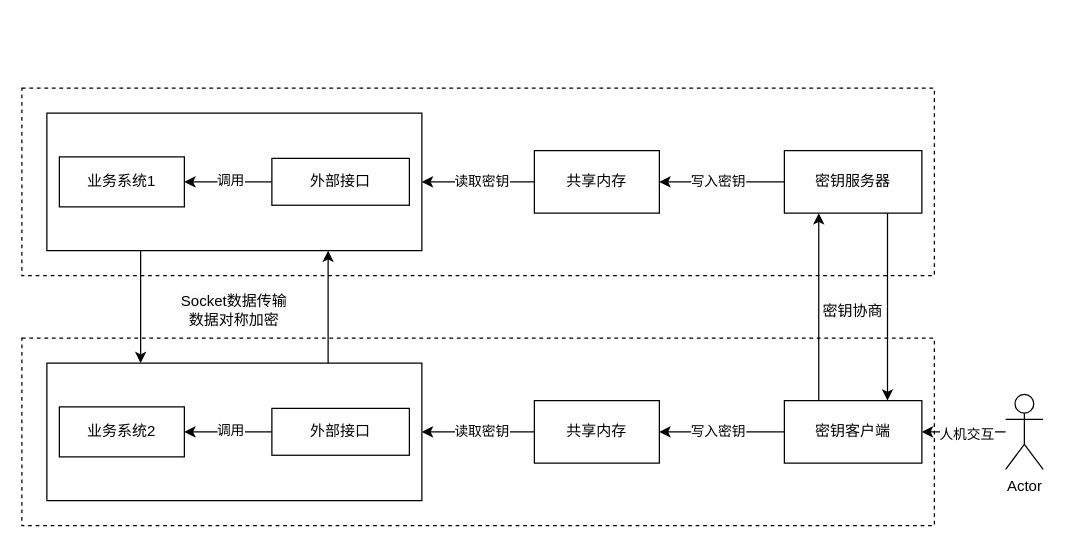
The draw.io diagram 设计架构图.drawio in 1244xx/SCU_Database, before the edit. Source tidied: cells renumbered, new cells numbered last; positions are measured from the earlier drawing's top-left corner, leaving out a move shared by most shapes. Both pictures are drawn from the tidied source at 125%, with x=0, y=0 at pixel (21, 88).
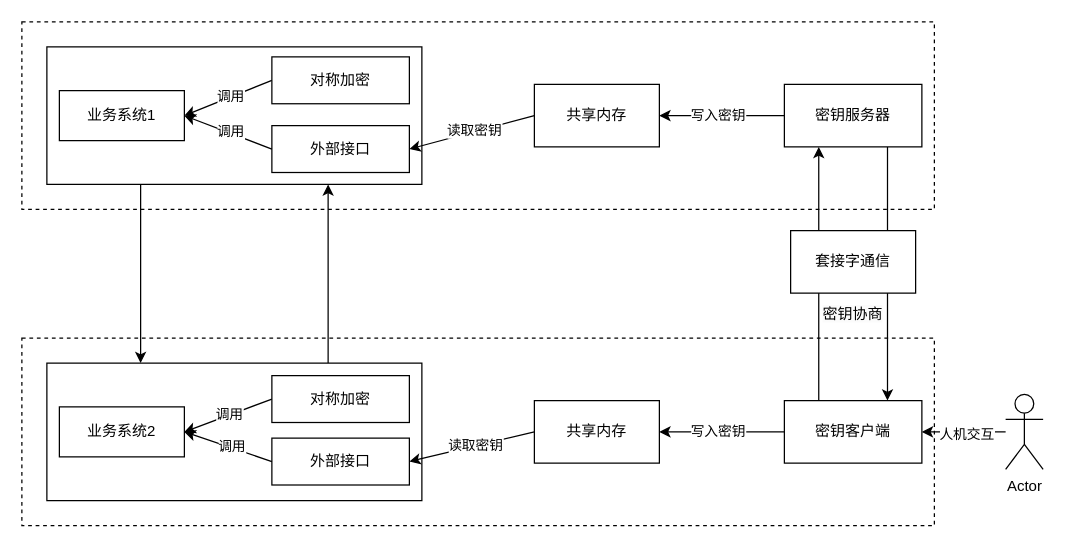
Above is the later version.

Commit message:
更新设计架构图.drawio

Unchanged cells that the change refers to:
```xml
<mxCell id="18" style="rounded=0;whiteSpace=wrap;html=1;" parent="1" vertex="1">
  <mxGeometry x="20" y="220" width="300" height="110" as="geometry" />
</mxCell>
<mxCell id="19" value="业务系统2" style="rounded=0;whiteSpace=wrap;html=1;" parent="1" vertex="1">
  <mxGeometry x="30" y="255" width="100" height="40" as="geometry" />
</mxCell>
<mxCell id="23" value="共享内存" style="rounded=0;whiteSpace=wrap;html=1;" parent="1" vertex="1">
  <mxGeometry x="410" y="250" width="100" height="50" as="geometry" />
</mxCell>
```

Diff of the diagram source:
```diff
@@
     <mxCell id="2" style="rounded=0;whiteSpace=wrap;html=1;fillColor=none;dashed=1;" parent="1" vertex="1">
-      <mxGeometry width="730" height="150" as="geometry" />
+      <mxGeometry y="-53" width="730" height="150" as="geometry" />
     </mxCell>
@@
     <mxCell id="4" style="rounded=0;whiteSpace=wrap;html=1;" parent="1" vertex="1">
-      <mxGeometry x="20" y="20" width="300" height="110" as="geometry" />
+      <mxGeometry x="20" y="-33" width="300" height="110" as="geometry" />
     </mxCell>
     <mxCell id="5" value="业务系统1" style="rounded=0;whiteSpace=wrap;html=1;" parent="1" vertex="1">
-      <mxGeometry x="30" y="55" width="100" height="40" as="geometry" />
+      <mxGeometry x="30" y="2" width="100" height="40" as="geometry" />
     </mxCell>
     <mxCell id="6" value="外部接口" style="rounded=0;whiteSpace=wrap;html=1;" parent="1" vertex="1">
-      <mxGeometry x="200" y="56.2" width="110" height="37.5" as="geometry" />
+      <mxGeometry x="200" y="30" width="110" height="37.5" as="geometry" />
     </mxCell>
@@
     <mxCell id="9" value="共享内存" style="rounded=0;whiteSpace=wrap;html=1;" parent="1" vertex="1">
-      <mxGeometry x="410" y="50" width="100" height="50" as="geometry" />
+      <mxGeometry x="410" y="-3" width="100" height="50" as="geometry" />
     </mxCell>
-    <mxCell id="10" style="endArrow=classic;html=1;rounded=0;entryX=1;entryY=0.5;entryDx=0;entryDy=0;exitX=0;exitY=0.5;exitDx=0;exitDy=0;" parent="1" edge="1" source="9" target="4">
+    <mxCell id="10" style="endArrow=classic;html=1;rounded=0;entryX=1;entryY=0.5;entryDx=0;entryDy=0;exitX=0;exitY=0.5;exitDx=0;exitDy=0;" parent="1" edge="1" source="9" target="6">
       <mxGeometry relative="1" as="geometry" />
     </mxCell>
@@
     <mxCell id="13" value="密钥服务器" style="rounded=0;whiteSpace=wrap;html=1;" parent="1" vertex="1">
-      <mxGeometry x="610" y="50" width="110" height="50" as="geometry" />
+      <mxGeometry x="610" y="-3" width="110" height="50" as="geometry" />
     </mxCell>
@@
     <mxCell id="20" value="外部接口" style="rounded=0;whiteSpace=wrap;html=1;" parent="1" vertex="1">
-      <mxGeometry x="200" y="256.2" width="110" height="37.5" as="geometry" />
+      <mxGeometry x="200" y="280" width="110" height="37.5" as="geometry" />
     </mxCell>
@@
-    <mxCell id="24" style="endArrow=classic;html=1;rounded=0;entryX=1;entryY=0.5;entryDx=0;entryDy=0;exitX=0;exitY=0.5;exitDx=0;exitDy=0;" parent="1" edge="1" source="23" target="18">
+    <mxCell id="24" style="endArrow=classic;html=1;rounded=0;entryX=1;entryY=0.5;entryDx=0;entryDy=0;exitX=0;exitY=0.5;exitDx=0;exitDy=0;" parent="1" edge="1" source="23" target="20">
       <mxGeometry relative="1" as="geometry" />
     </mxCell>
@@
     <mxCell id="30" value="&lt;span style=&quot;color: rgb(0, 0, 0); font-family: Helvetica; font-size: 12px; font-style: normal; font-variant-ligatures: normal; font-variant-caps: normal; font-weight: 400; letter-spacing: normal; orphans: 2; text-indent: 0px; text-transform: none; widows: 2; word-spacing: 0px; -webkit-text-stroke-width: 0px; white-space: normal; background-color: rgb(251, 251, 251); text-decoration-thickness: initial; text-decoration-style: initial; text-decoration-color: initial; float: none; display: inline !important;&quot;&gt;密钥协商&lt;/span&gt;" style="text;whiteSpace=wrap;html=1;align=center;" parent="1" vertex="1">
-      <mxGeometry x="635" y="165" width="60" height="25" as="geometry" />
+      <mxGeometry x="635" y="167" width="60" height="25" as="geometry" />
     </mxCell>
@@
-    <mxCell id="34" value="&lt;span style=&quot;color: rgb(0, 0, 0); font-family: Helvetica; font-size: 12px; font-style: normal; font-variant-ligatures: normal; font-variant-caps: normal; font-weight: 400; letter-spacing: normal; orphans: 2; text-indent: 0px; text-transform: none; widows: 2; word-spacing: 0px; -webkit-text-stroke-width: 0px; white-space: normal; background-color: rgb(251, 251, 251); text-decoration-thickness: initial; text-decoration-style: initial; text-decoration-color: initial; float: none; display: inline !important;&quot;&gt;Socket数据传输&lt;/span&gt;&lt;div&gt;数据对称加密&lt;/div&gt;" style="text;whiteSpace=wrap;html=1;align=center;verticalAlign=middle;" parent="1" vertex="1">
-      <mxGeometry x="125" y="157.5" width="90" height="40" as="geometry" />
-    </mxCell>
+    <mxCell id="35" value="套接字通信" style="rounded=0;whiteSpace=wrap;html=1;" parent="1" vertex="1">
+      <mxGeometry x="615" y="114" width="100" height="50" as="geometry" />
+    </mxCell>
+    <mxCell id="36" style="endArrow=classic;html=1;rounded=0;entryX=1;entryY=0.5;entryDx=0;entryDy=0;exitX=0;exitY=0.5;exitDx=0;exitDy=0;" parent="1" edge="1" source="38" target="5">
+      <mxGeometry relative="1" as="geometry" />
+    </mxCell>
+    <mxCell id="37" value="调用" style="edgeLabel;html=1;align=center;verticalAlign=middle;" parent="36" vertex="1">
+      <mxGeometry x="-0.05" y="-1" relative="1" as="geometry" />
+    </mxCell>
+    <mxCell id="38" value="对称加密" style="rounded=0;whiteSpace=wrap;html=1;" parent="1" vertex="1">
+      <mxGeometry x="200" y="-25" width="110" height="37.5" as="geometry" />
+    </mxCell>
+    <mxCell id="39" style="endArrow=classic;html=1;rounded=0;entryX=1;entryY=0.5;entryDx=0;entryDy=0;exitX=0;exitY=0.5;exitDx=0;exitDy=0;" parent="1" edge="1" source="41" target="19">
+      <mxGeometry relative="1" as="geometry" />
+    </mxCell>
+    <mxCell id="40" value="调用" style="edgeLabel;html=1;align=center;verticalAlign=middle;" parent="39" vertex="1">
+      <mxGeometry x="-0.05" y="-1" relative="1" as="geometry" />
+    </mxCell>
+    <mxCell id="41" value="对称加密" style="rounded=0;whiteSpace=wrap;html=1;" parent="1" vertex="1">
+      <mxGeometry x="200" y="230" width="110" height="37.5" as="geometry" />
+    </mxCell>
```
